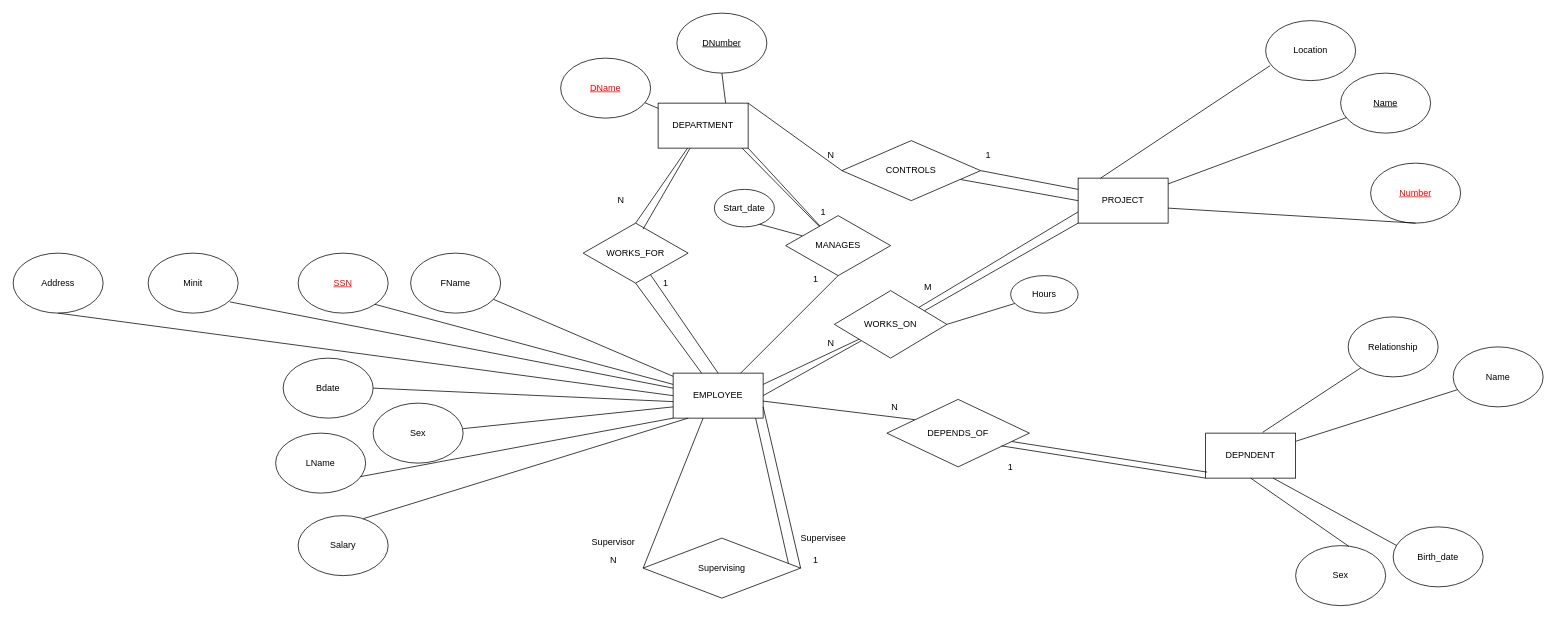
Above: Practice 5/COMPANY(SCHEMA).drawio in SPGC/DataBaseCourseCyprus (draw.io), before the change. Source tidied: cells renumbered, new cells numbered last; positions are measured from the earlier drawing's top-left corner, leaving out a move shared by most shapes. Both pictures are drawn from the tidied source at 75%, with x=0, y=0 at pixel (13, 13).
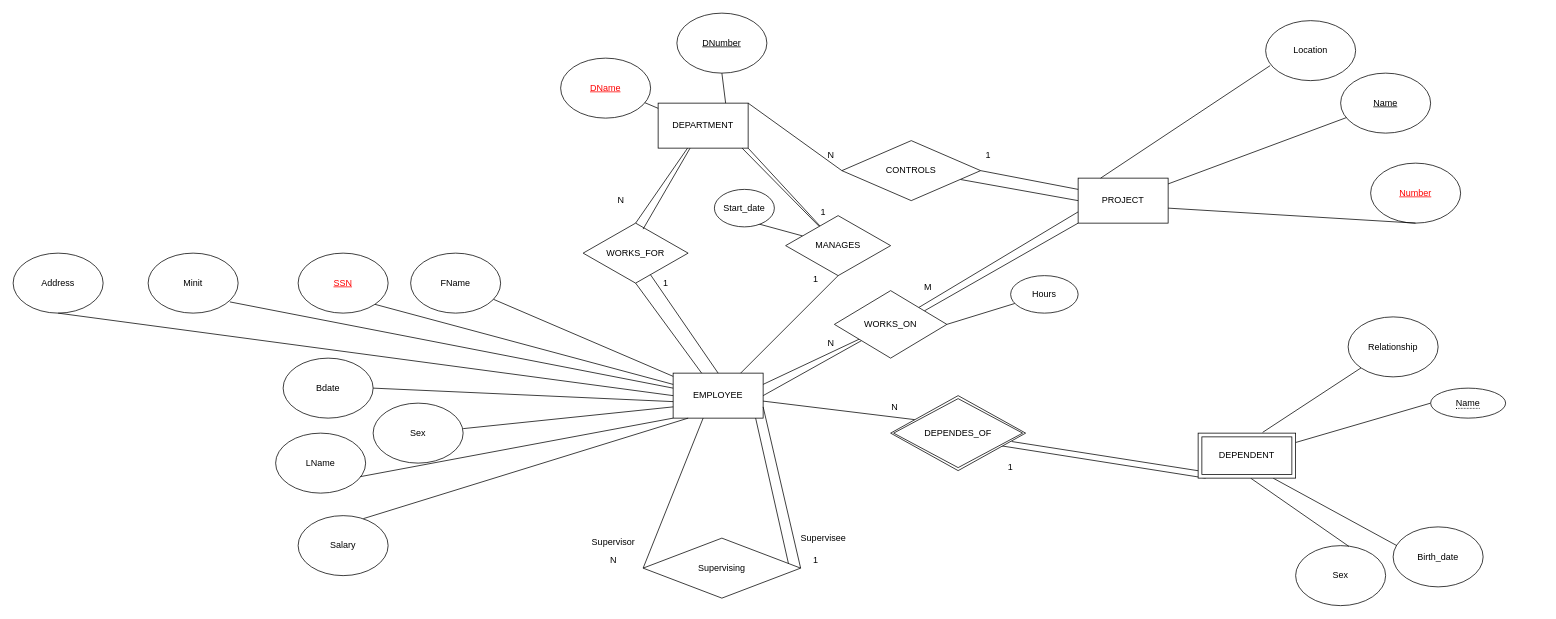
The same page after the edit.

Unchanged cells that the change refers to:
```xml
<mxCell id="31" style="rounded=0;whiteSpace=wrap;labelBorderColor=none;horizontal=1;gradientColor=none;fillColor=default;html=1;" parent="30" vertex="1">
  <mxGeometry width="120" height="60" as="geometry" />
</mxCell>
<mxCell id="67" style="ellipse;whiteSpace=wrap;html=1;labelBorderColor=none;fillColor=default;gradientColor=none;" parent="66" vertex="1">
  <mxGeometry width="120" height="80" as="geometry" />
</mxCell>
<mxCell id="73" style="ellipse;whiteSpace=wrap;html=1;labelBorderColor=none;fillColor=default;gradientColor=none;" parent="72" vertex="1">
  <mxGeometry width="120" height="80" as="geometry" />
</mxCell>
<mxCell id="76" style="ellipse;whiteSpace=wrap;html=1;labelBorderColor=none;fillColor=default;gradientColor=none;" parent="75" vertex="1">
  <mxGeometry width="120" height="80" as="geometry" />
</mxCell>
```

Change to the diagram source:
```diff
@@
-    <mxCell id="62" style="group;" parent="1" vertex="1">
-      <mxGeometry x="1590" y="560" width="120" height="60" as="geometry" />
-    </mxCell>
-    <mxCell id="63" style="rounded=0;whiteSpace=wrap;labelBorderColor=none;horizontal=1;gradientColor=none;fillColor=default;html=1;" parent="62" vertex="1">
-      <mxGeometry width="120" height="60" as="geometry" />
-    </mxCell>
-    <mxCell id="64" value="&lt;div&gt;DEPNDENT&lt;/div&gt;" style="text;html=1;strokeColor=none;fillColor=none;align=center;verticalAlign=middle;whiteSpace=wrap;rounded=0;" parent="62" vertex="1">
-      <mxGeometry x="10" y="12.5" width="100" height="35" as="geometry" />
-    </mxCell>
-    <mxCell id="65" style="edgeStyle=orthogonalEdgeStyle;rounded=0;orthogonalLoop=1;jettySize=auto;html=1;exitX=0.5;exitY=1;exitDx=0;exitDy=0;" parent="62" edge="1" source="64" target="64">
-      <mxGeometry relative="1" as="geometry" />
-    </mxCell>
@@
-    <mxCell id="69" style="group;" parent="1" vertex="1">
-      <mxGeometry x="1920" y="445" width="120" height="80" as="geometry" />
-    </mxCell>
-    <mxCell id="70" value="Name" style="ellipse;whiteSpace=wrap;html=1;labelBorderColor=none;fillColor=default;gradientColor=none;" parent="69" vertex="1">
-      <mxGeometry width="120" height="80" as="geometry" />
-    </mxCell>
-    <mxCell id="71" style="rounded=0;jettySize=auto;html=1;endArrow=none;endFill=0;" parent="1" edge="1" source="70" target="63">
-      <mxGeometry relative="1" as="geometry" />
+    <mxCell id="71" style="rounded=0;jettySize=auto;html=1;endArrow=none;endFill=0;exitX=0;exitY=0.5;exitDx=0;exitDy=0;" parent="1" edge="1" source="70">
+      <mxGeometry relative="1" as="geometry">
+        <mxPoint x="1710" y="572.5" as="targetPoint" />
+      </mxGeometry>
     </mxCell>
@@
-    <mxCell id="78" style="endArrow=none;html=1;rounded=0;exitX=0.592;exitY=0.013;exitDx=0;exitDy=0;entryX=0.5;entryY=1;entryDx=0;entryDy=0;exitPerimeter=0;" parent="1" edge="1" source="76" target="63">
-      <mxGeometry relative="1" as="geometry" />
+    <mxCell id="78" style="endArrow=none;html=1;rounded=0;exitX=0.592;exitY=0.013;exitDx=0;exitDy=0;entryX=0.5;entryY=1;entryDx=0;entryDy=0;exitPerimeter=0;" parent="1" edge="1" source="76">
+      <mxGeometry relative="1" as="geometry">
+        <mxPoint x="1650" y="620" as="targetPoint" />
+      </mxGeometry>
     </mxCell>
-    <mxCell id="79" style="endArrow=none;html=1;rounded=0;entryX=0.75;entryY=1;entryDx=0;entryDy=0;exitX=0.042;exitY=0.313;exitDx=0;exitDy=0;exitPerimeter=0;" parent="1" edge="1" source="73" target="63">
-      <mxGeometry relative="1" as="geometry" />
+    <mxCell id="79" style="endArrow=none;html=1;rounded=0;entryX=0.75;entryY=1;entryDx=0;entryDy=0;exitX=0.042;exitY=0.313;exitDx=0;exitDy=0;exitPerimeter=0;" parent="1" edge="1" source="73">
+      <mxGeometry relative="1" as="geometry">
+        <mxPoint x="1680" y="620" as="targetPoint" />
+      </mxGeometry>
     </mxCell>
@@
-    <mxCell id="84" style="rounded=0;jettySize=auto;html=1;entryX=0.633;entryY=-0.017;entryDx=0;entryDy=0;endArrow=none;endFill=0;entryPerimeter=0;" parent="1" edge="1" source="67" target="63">
-      <mxGeometry relative="1" as="geometry" />
+    <mxCell id="84" style="rounded=0;jettySize=auto;html=1;entryX=0.633;entryY=-0.017;entryDx=0;entryDy=0;endArrow=none;endFill=0;entryPerimeter=0;" parent="1" edge="1" source="67">
+      <mxGeometry relative="1" as="geometry">
+        <mxPoint x="1666" y="559" as="targetPoint" />
+      </mxGeometry>
     </mxCell>
-    <mxCell id="85" style="edgeStyle=none;rounded=0;jettySize=auto;html=1;entryX=0.017;entryY=0.867;entryDx=0;entryDy=0;entryPerimeter=0;endArrow=none;endFill=0;" parent="1" edge="1" source="86" target="63">
-      <mxGeometry relative="1" as="geometry" />
+    <mxCell id="85" style="edgeStyle=none;rounded=0;orthogonalLoop=1;jettySize=auto;html=1;entryX=0.017;entryY=0.867;entryDx=0;entryDy=0;entryPerimeter=0;endArrow=none;endFill=0;" parent="1" edge="1">
+      <mxGeometry relative="1" as="geometry">
+        <mxPoint x="1331.4" y="571.2" as="sourcePoint" />
+        <mxPoint x="1592" y="612" as="targetPoint" />
+      </mxGeometry>
     </mxCell>
-    <mxCell id="86" value="DEPENDS_OF" style="rhombus;whiteSpace=wrap;html=1;" parent="1" vertex="1">
-      <mxGeometry x="1165" y="515" width="190" height="90" as="geometry" />
-    </mxCell>
-    <mxCell id="87" style="edgeStyle=none;rounded=0;jettySize=auto;html=1;entryX=0.195;entryY=0.3;entryDx=0;entryDy=0;entryPerimeter=0;endArrow=none;endFill=0;" parent="1" edge="1" source="31" target="86">
-      <mxGeometry relative="1" as="geometry" />
+    <mxCell id="87" style="edgeStyle=none;rounded=0;jettySize=auto;html=1;entryX=0.195;entryY=0.3;entryDx=0;entryDy=0;entryPerimeter=0;endArrow=none;endFill=0;" parent="1" edge="1" source="31">
+      <mxGeometry relative="1" as="geometry">
+        <mxPoint x="1202.1" y="542" as="targetPoint" />
+      </mxGeometry>
     </mxCell>
-    <mxCell id="88" style="edgeStyle=none;rounded=0;jettySize=auto;html=1;entryX=0;entryY=1;entryDx=0;entryDy=0;endArrow=none;endFill=0;exitX=0.805;exitY=0.689;exitDx=0;exitDy=0;exitPerimeter=0;" parent="1" edge="1" source="86" target="63">
-      <mxGeometry relative="1" as="geometry" />
+    <mxCell id="88" style="edgeStyle=none;rounded=0;orthogonalLoop=1;jettySize=auto;html=1;entryX=0;entryY=1;entryDx=0;entryDy=0;endArrow=none;endFill=0;exitX=0.805;exitY=0.689;exitDx=0;exitDy=0;exitPerimeter=0;" parent="1" edge="1">
+      <mxGeometry relative="1" as="geometry">
+        <mxPoint x="1317.9" y="577" as="sourcePoint" />
+        <mxPoint x="1590" y="620" as="targetPoint" />
+      </mxGeometry>
     </mxCell>
@@
+    <mxCell id="70" value="&lt;span style=&quot;border-bottom: 1px dotted&quot;&gt;Name&lt;/span&gt;" style="ellipse;whiteSpace=wrap;html=1;align=center;" parent="1" vertex="1">
+      <mxGeometry x="1890" y="500" width="100" height="40" as="geometry" />
+    </mxCell>
+    <mxCell id="129" value="DEPENDENT" style="shape=ext;margin=3;double=1;whiteSpace=wrap;html=1;align=center;" parent="1" vertex="1">
+      <mxGeometry x="1580" y="560" width="130" height="60" as="geometry" />
+    </mxCell>
+    <mxCell id="130" value="DEPENDES_OF" style="shape=rhombus;double=1;perimeter=rhombusPerimeter;whiteSpace=wrap;html=1;align=center;" parent="1" vertex="1">
+      <mxGeometry x="1170" y="510" width="180" height="100" as="geometry" />
+    </mxCell>
```
